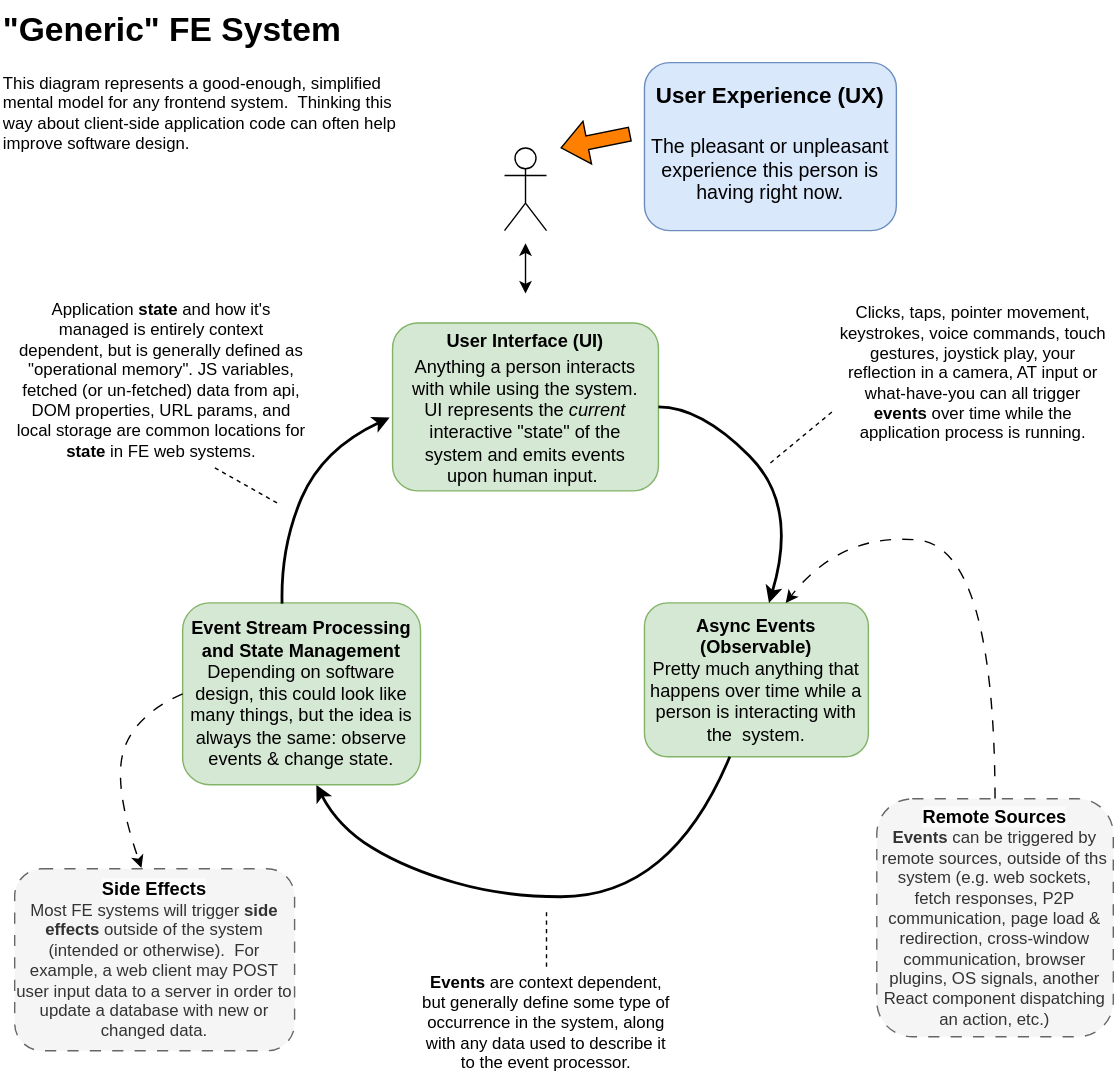
Above: Generic-FE-System.drawio.svg in darthrellimnad/generic-fe-system (draw.io), before the change. Source tidied: cells renumbered, new cells last; positions are measured from the earlier drawing's top-left corner, leaving out a move shared by most shapes.
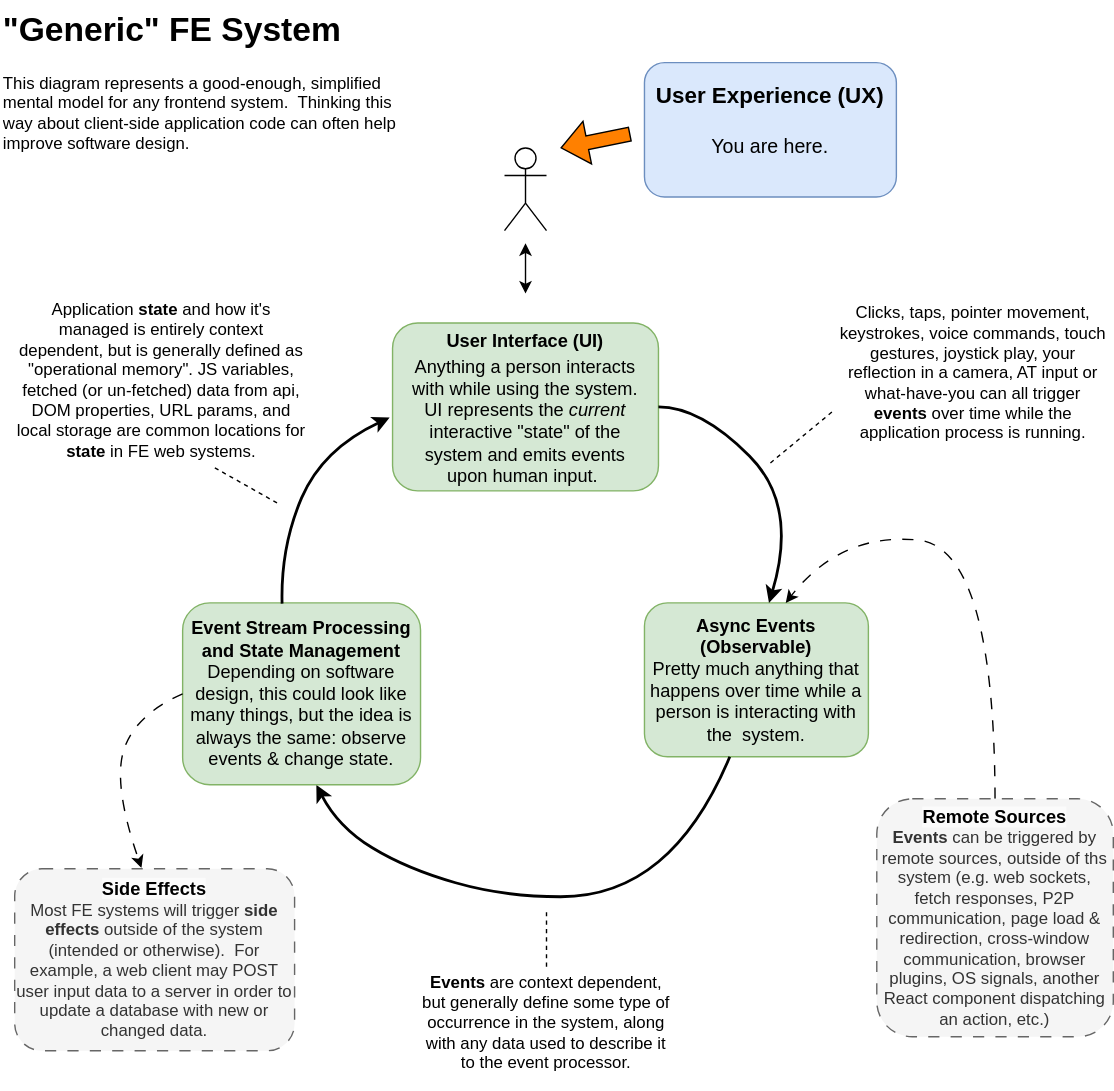
After the commit.

What changed in the source:
```diff
@@ -105,11 +105,14 @@
         <mxPoint x="400" y="105" as="targetPoint" />
       </mxGeometry>
     </mxCell>
-    <mxCell id="23" value="&lt;h1 style=&quot;margin-top: 0px;&quot;&gt;&lt;font style=&quot;font-size: 16px;&quot;&gt;User Experience (UX)&lt;/font&gt;&lt;/h1&gt;&lt;p style=&quot;&quot;&gt;&lt;font style=&quot;font-size: 14px;&quot;&gt;The pleasant or unpleasant experience this person is having right now.&lt;/font&gt;&lt;/p&gt;" style="text;html=1;whiteSpace=wrap;overflow=hidden;rounded=1;fillColor=#dae8fc;strokeColor=#6c8ebf;align=center;" parent="1" vertex="1">
-      <mxGeometry x="460" y="44" width="180" height="120" as="geometry" />
+    <mxCell id="23" value="&lt;h1 style=&quot;margin-top: 0px;&quot;&gt;&lt;font style=&quot;font-size: 16px;&quot;&gt;User Experience (UX)&lt;/font&gt;&lt;/h1&gt;&lt;p style=&quot;&quot;&gt;&lt;font style=&quot;font-size: 14px;&quot;&gt;You are here.&lt;/font&gt;&lt;/p&gt;" style="text;html=1;whiteSpace=wrap;overflow=hidden;rounded=1;fillColor=#dae8fc;strokeColor=#6c8ebf;align=center;" parent="1" vertex="1">
+      <mxGeometry x="460" y="44" width="180" height="96" as="geometry" />
     </mxCell>
     <mxCell id="24" style="edgeStyle=orthogonalEdgeStyle;rounded=0;orthogonalLoop=1;jettySize=auto;html=1;exitX=0.5;exitY=1;exitDx=0;exitDy=0;" parent="1" edge="1" source="16" target="16">
       <mxGeometry relative="1" as="geometry" />
     </mxCell>
+    <mxCell id="25" style="edgeStyle=orthogonalEdgeStyle;rounded=0;orthogonalLoop=1;jettySize=auto;html=1;exitX=0.5;exitY=1;exitDx=0;exitDy=0;" parent="1" edge="1" source="23" target="23">
+      <mxGeometry relative="1" as="geometry" />
+    </mxCell>
   </root>
 </mxGraphModel>
```
